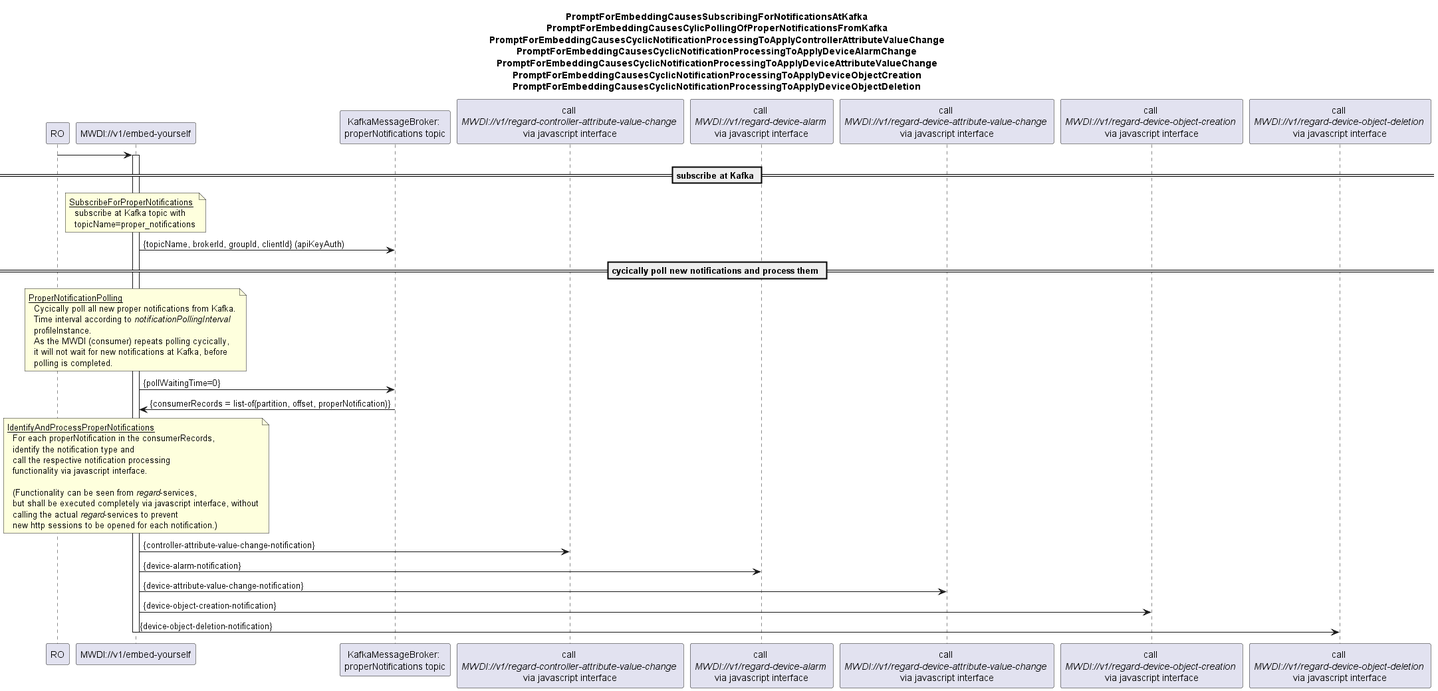
Before: spec/diagrams/01x_NotificationPollingFromKafkaAndProcessing.png, a diagram exported from PlantUML (openBackhaul/MicroWaveDeviceInventory).
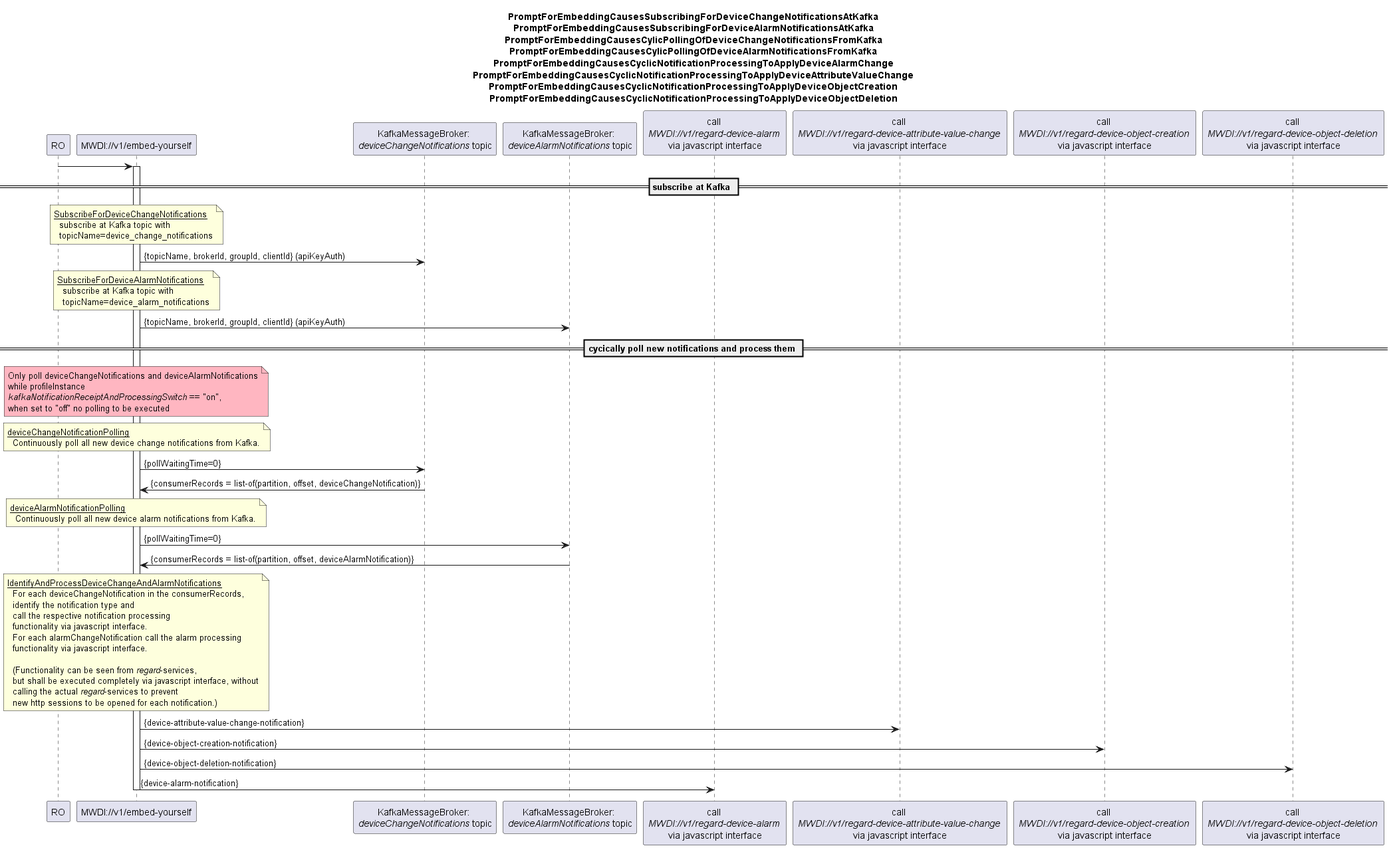
After the change.

Diff of the diagram source:
```diff
@@ -2,9 +2,10 @@
 skinparam responseMessageBelowArrow true
 
 title
-PromptForEmbeddingCausesSubscribingForNotificationsAtKafka
-PromptForEmbeddingCausesCylicPollingOfProperNotificationsFromKafka
-PromptForEmbeddingCausesCyclicNotificationProcessingToApplyControllerAttributeValueChange
+PromptForEmbeddingCausesSubscribingForDeviceChangeNotificationsAtKafka
+PromptForEmbeddingCausesSubscribingForDeviceAlarmNotificationsAtKafka
+PromptForEmbeddingCausesCylicPollingOfDeviceChangeNotificationsFromKafka
+PromptForEmbeddingCausesCylicPollingOfDeviceAlarmNotificationsFromKafka
 PromptForEmbeddingCausesCyclicNotificationProcessingToApplyDeviceAlarmChange
 PromptForEmbeddingCausesCyclicNotificationProcessingToApplyDeviceAttributeValueChange
 PromptForEmbeddingCausesCyclicNotificationProcessingToApplyDeviceObjectCreation
@@ -13,8 +14,8 @@
 
 participant "RO" as ro
 participant "MWDI://v1/embed-yourself" as mwdi
-participant "KafkaMessageBroker: \nproperNotifications topic" as kafka
-participant "call \n<i>MWDI://v1/regard-controller-attribute-value-change </i>\nvia javascript interface" as regardCtrlAttChange
+participant "KafkaMessageBroker: \n<i>deviceChangeNotifications</i> topic" as kafkaDev
+participant "KafkaMessageBroker: \n<i>deviceAlarmNotifications</i> topic" as kafkaAlarm
 participant "call \n<i>MWDI://v1/regard-device-alarm </i>\nvia javascript interface" as regardAlarm
 participant "call \n<i>MWDI://v1/regard-device-attribute-value-change </i>\nvia javascript interface" as regardDevAttChange
 participant "call \n<i>MWDI://v1/regard-device-object-creation </i>\nvia javascript interface" as regardDevObjCreation
@@ -26,30 +27,48 @@
 
 == subscribe at Kafka ==
 note over mwdi
-<u>SubscribeForProperNotifications</u>
+<u>SubscribeForDeviceChangeNotifications</u>
   subscribe at Kafka topic with
-  topicName=proper_notifications
+  topicName=device_change_notifications
 end note
-mwdi -> kafka: {topicName, brokerId, groupId, clientId} (apiKeyAuth)
+mwdi -> kafkaDev: {topicName, brokerId, groupId, clientId} (apiKeyAuth)
+
+note over mwdi
+<u>SubscribeForDeviceAlarmNotifications</u>
+  subscribe at Kafka topic with
+  topicName=device_alarm_notifications
+end note
+mwdi -> kafkaAlarm: {topicName, brokerId, groupId, clientId} (apiKeyAuth)
 
 == cycically poll new notifications and process them ==
-note over mwdi
-<u>ProperNotificationPolling</u>
-  Cycically poll all new proper notifications from Kafka.
-  Time interval according to <i>notificationPollingInterval</i>
-  profileInstance.
-  As the MWDI (consumer) repeats polling cycically,
-  it will not wait for new notifications at Kafka, before
-  polling is completed.
+note over mwdi #LightPink
+  Only poll deviceChangeNotifications and deviceAlarmNotifications
+  while profileInstance
+  <i>kafkaNotificationReceiptAndProcessingSwitch</i> == "on",
+  when set to "off" no polling to be executed
 end note
-mwdi -> kafka: {pollWaitingTime=0}
-kafka -> mwdi: {consumerRecords = list-of(partition, offset, properNotification)}
 
 note over mwdi
-<u>IdentifyAndProcessProperNotifications</u>
-  For each properNotification in the consumerRecords,
+<u>deviceChangeNotificationPolling</u>
+  Continuously poll all new device change notifications from Kafka.
+end note
+mwdi -> kafkaDev: {pollWaitingTime=0}
+kafkaDev -> mwdi: {consumerRecords = list-of(partition, offset, deviceChangeNotification)}
+
+note over mwdi
+<u>deviceAlarmNotificationPolling</u>
+  Continuously poll all new device alarm notifications from Kafka.
+end note
+mwdi -> kafkaAlarm: {pollWaitingTime=0}
+kafkaAlarm -> mwdi: {consumerRecords = list-of(partition, offset, deviceAlarmNotification)}
+
+note over mwdi
+<u>IdentifyAndProcessDeviceChangeAndAlarmNotifications</u>
+  For each deviceChangeNotification in the consumerRecords,
   identify the notification type and
   call the respective notification processing
+  functionality via javascript interface.
+  For each alarmChangeNotification call the alarm processing
   functionality via javascript interface.
 
   (Functionality can be seen from <i>regard</i>-services,
@@ -57,11 +76,10 @@
   calling the actual <i>regard</i>-services to prevent
   new http sessions to be opened for each notification.)
 end note
-mwdi -> regardCtrlAttChange: {controller-attribute-value-change-notification}
-mwdi -> regardAlarm: {device-alarm-notification}
 mwdi -> regardDevAttChange: {device-attribute-value-change-notification}
 mwdi -> regardDevObjCreation: {device-object-creation-notification}
 mwdi -> regardDevObjDeletion: {device-object-deletion-notification}
+mwdi -> regardAlarm: {device-alarm-notification}
 
 deactivate mwdi
 
```
